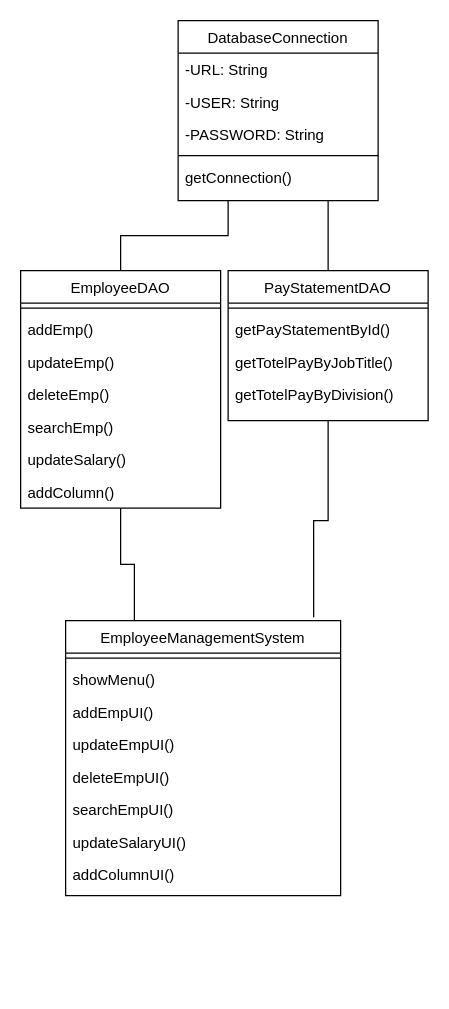
Above: Diagram/classDiagram2.drawio in linnypham/CSC3350_project (draw.io), before the change. Source tidied: cells renumbered, new cells numbered last; positions are measured from the earlier drawing's top-left corner, leaving out a move shared by most shapes. Both pictures are drawn from the tidied source at 125%, with x=0, y=0 at pixel (20, 20).
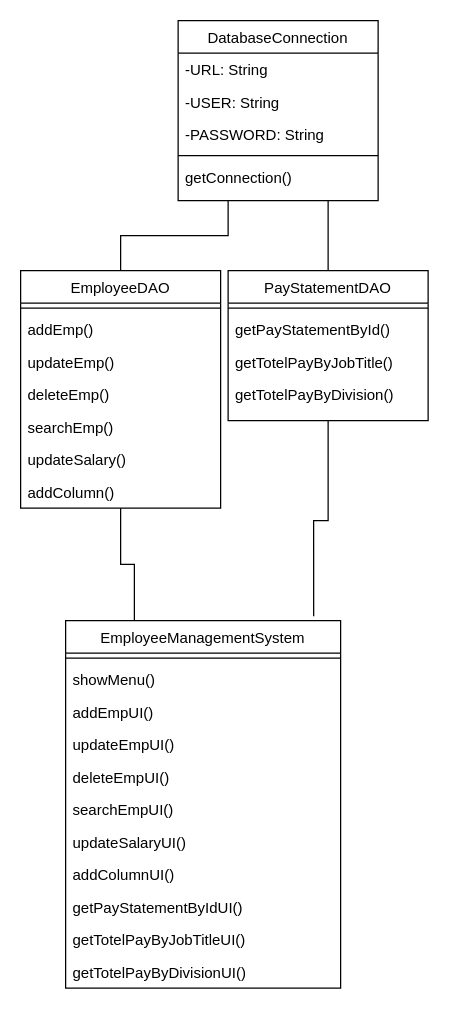
The same page after the edit.

What changed in the source:
```diff
@@
     <mxCell id="19" value="EmployeeManagementSystem" style="swimlane;fontStyle=0;align=center;verticalAlign=top;horizontal=1;startSize=26;rounded=0;shadow=0;strokeWidth=1;" parent="1" vertex="1">
-      <mxGeometry x="36" y="480" width="220" height="220" as="geometry" />
+      <mxGeometry x="36" y="480" width="220" height="294" as="geometry" />
     </mxCell>
@@
+    <mxCell id="34" value="getPayStatementByIdUI()" style="text;align=left;verticalAlign=top;spacingLeft=4;spacingRight=4;overflow=hidden;" parent="19" vertex="1">
+      <mxGeometry y="216" width="220" height="26" as="geometry" />
+    </mxCell>
+    <mxCell id="35" value="getTotelPayByJobTitleUI()" style="text;align=left;verticalAlign=top;spacingLeft=4;spacingRight=4;overflow=hidden;" parent="19" vertex="1">
+      <mxGeometry y="242" width="220" height="26" as="geometry" />
+    </mxCell>
+    <mxCell id="36" value="getTotelPayByDivisionUI()" style="text;align=left;verticalAlign=top;spacingLeft=4;spacingRight=4;overflow=hidden;" parent="19" vertex="1">
+      <mxGeometry y="268" width="220" height="26" as="geometry" />
+    </mxCell>
```
